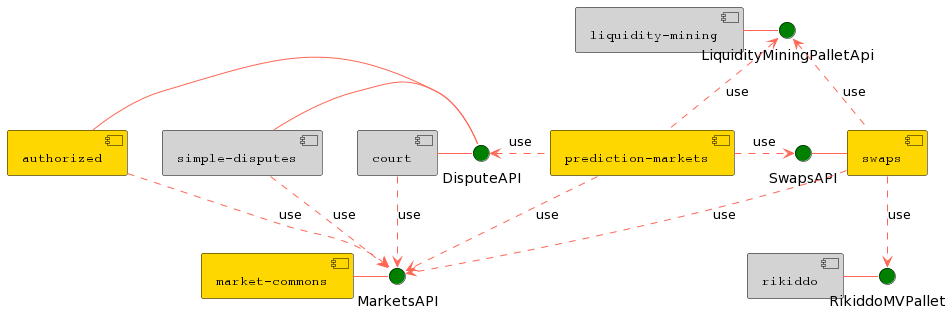
The PlantUML diagram docs/diagrams/png/high_level_component_diagram.png in zeitgeistpm/zeitgeist, before a commit.
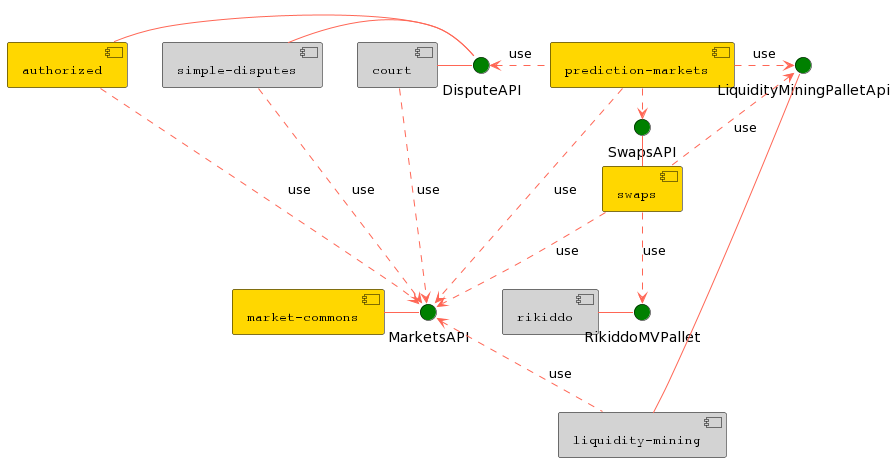
The same file after the commit.

Commit message:
Connect Liqudity Mining to MarketsApi

The edit, as a diff of the source:
```diff
@@ -27,21 +27,23 @@
 () RikiddoMVPallet
 () LiquidityMiningPalletApi
 
-SW -l- SwapsAPI
 MC - MarketsAPI
 AU - DisputeAPI
 SD - DisputeAPI
 CO - DisputeAPI
-LM - LiquidityMiningPalletApi
+LM -r- LiquidityMiningPalletApi
+LM .l.> MarketsAPI: use
+LM -[hidden]u- RikiddoMVPallet
 RI -r- RikiddoMVPallet
 PM .r.> SwapsAPI : use
 PM ..> MarketsAPI : use
 PM .l.> DisputeAPI : use
-PM .u.> LiquidityMiningPalletApi : use
+PM .r.> LiquidityMiningPalletApi : use
 AU ..> MarketsAPI : use
 CO ..> MarketsAPI : use
 SD ..> MarketsAPI : use
-SW .d.> RikiddoMVPallet : use
+SW -l- SwapsAPI
+SW ..> RikiddoMVPallet : use
 SW .u.> LiquidityMiningPalletApi : use
 SW .d.> MarketsAPI : use
 @enduml
```
